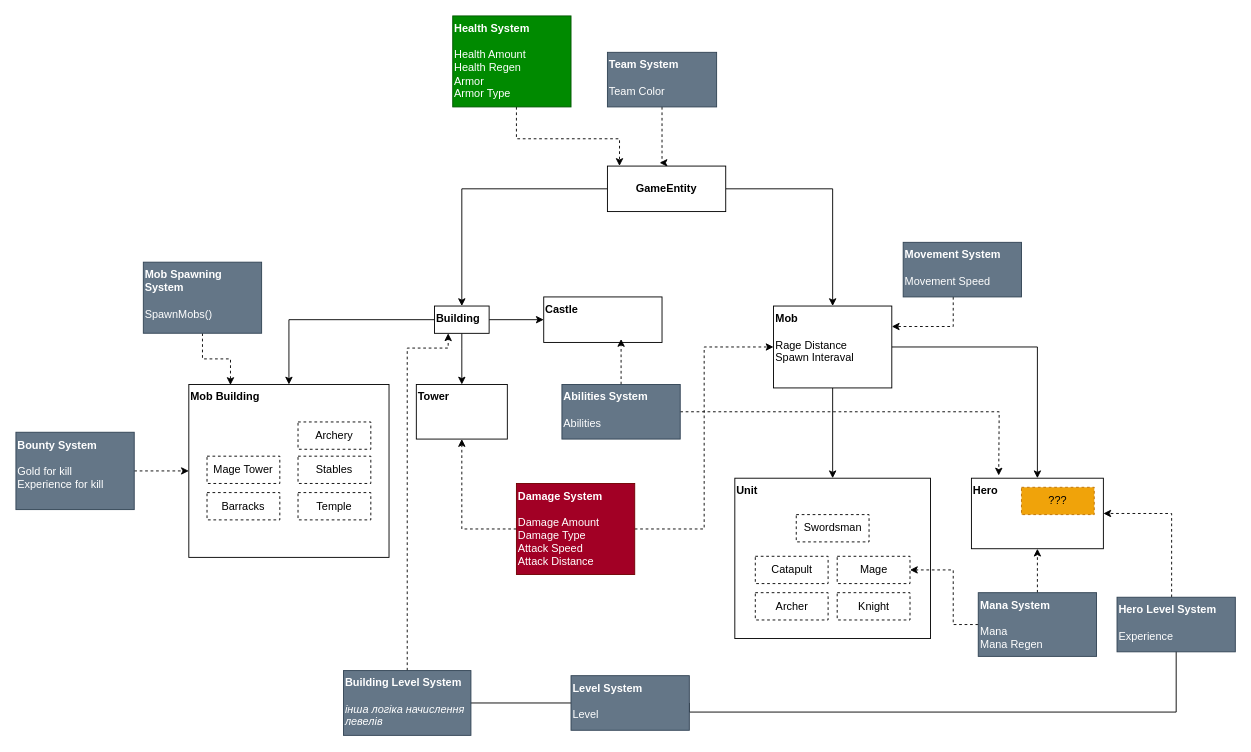
The draw.io diagram Assets/Graphics/Diagram.drawio in aandrieiev1998/castle_fight_mobile, before the edit. Source tidied: cells renumbered, new cells numbered last; positions are measured from the earlier drawing's top-left corner, leaving out a move shared by most shapes. Both pictures are drawn from the tidied source at 91%, with x=0, y=0 at pixel (15, 15).
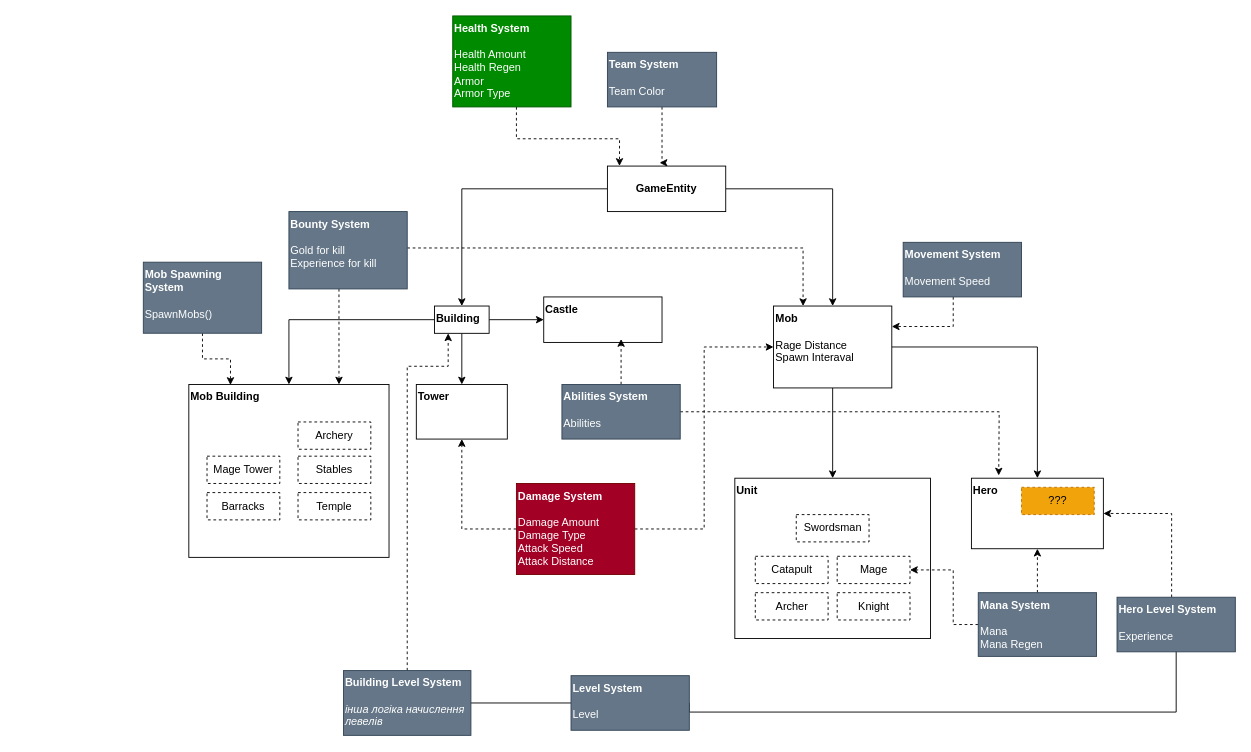
After the change.

The change refers to these unchanged cells:
```xml
<mxCell id="12" value="&lt;b&gt;Building&lt;br&gt;&lt;/b&gt;&lt;br&gt;" style="rounded=0;whiteSpace=wrap;html=1;align=left;verticalAlign=top;" parent="1" vertex="1">
  <mxGeometry x="460" y="318.8" width="60" height="30" as="geometry" />
</mxCell>
<mxCell id="15" value="&lt;b&gt;Mob&lt;br&gt;&lt;/b&gt;&lt;br&gt;Rage Distance&lt;br&gt;Spawn Interaval&lt;br&gt;" style="rounded=0;whiteSpace=wrap;html=1;align=left;verticalAlign=top;" parent="1" vertex="1">
  <mxGeometry x="832.5" y="318.8" width="130" height="90" as="geometry" />
</mxCell>
<mxCell id="23" value="&lt;b&gt;Mob Building&lt;/b&gt;" style="rounded=0;whiteSpace=wrap;html=1;align=left;verticalAlign=top;" parent="1" vertex="1">
  <mxGeometry x="190" y="405" width="220" height="190" as="geometry" />
</mxCell>
<mxCell id="53" value="&lt;b&gt;Building Level System&lt;br&gt;&lt;/b&gt;&lt;br&gt;&lt;i&gt;інша логіка начислення левелів&lt;/i&gt;" style="rounded=0;whiteSpace=wrap;html=1;align=left;verticalAlign=top;fillColor=#647687;fontColor=#ffffff;strokeColor=#314354;" parent="1" vertex="1">
  <mxGeometry x="360" y="719.4" width="140" height="71.2" as="geometry" />
</mxCell>
```

What changed in the source:
```diff
@@
-    <mxCell id="38" style="edgeStyle=orthogonalEdgeStyle;rounded=0;jettySize=auto;html=1;dashed=1;" parent="1" edge="1" source="39" target="23">
-      <mxGeometry relative="1" as="geometry" />
+    <mxCell id="38" style="edgeStyle=orthogonalEdgeStyle;rounded=0;jettySize=auto;html=1;dashed=1;entryX=0.75;entryY=0;entryDx=0;entryDy=0;" parent="1" edge="1" source="39" target="23">
+      <mxGeometry relative="1" as="geometry">
+        <Array as="points">
+          <mxPoint x="355" y="285" />
+          <mxPoint x="355" y="285" />
+        </Array>
+      </mxGeometry>
     </mxCell>
+    <mxCell id="54" style="edgeStyle=orthogonalEdgeStyle;rounded=0;jettySize=auto;html=1;entryX=0.25;entryY=0;entryDx=0;entryDy=0;dashed=1;" parent="1" edge="1" source="39" target="15">
+      <mxGeometry relative="1" as="geometry">
+        <Array as="points">
+          <mxPoint x="865" y="255" />
+        </Array>
+      </mxGeometry>
+    </mxCell>
     <mxCell id="39" value="&lt;b&gt;Bounty System&lt;br&gt;&lt;/b&gt;&lt;br&gt;Gold for kill&lt;br&gt;Experience for kill" style="rounded=0;whiteSpace=wrap;html=1;align=left;verticalAlign=top;fillColor=#647687;fontColor=#ffffff;strokeColor=#314354;" parent="1" vertex="1">
-      <mxGeometry y="457.5" width="130" height="85" as="geometry" />
+      <mxGeometry x="300" y="215" width="130" height="85" as="geometry" />
     </mxCell>
@@
     <mxCell id="52" style="edgeStyle=orthogonalEdgeStyle;rounded=0;jettySize=auto;html=1;entryX=0.25;entryY=1;entryDx=0;entryDy=0;dashed=1;" parent="1" edge="1" source="53" target="12">
       <mxGeometry relative="1" as="geometry">
         <Array as="points">
-          <mxPoint x="430" y="365" />
-          <mxPoint x="475" y="365" />
+          <mxPoint x="430" y="385" />
+          <mxPoint x="475" y="385" />
         </Array>
       </mxGeometry>
     </mxCell>
```
